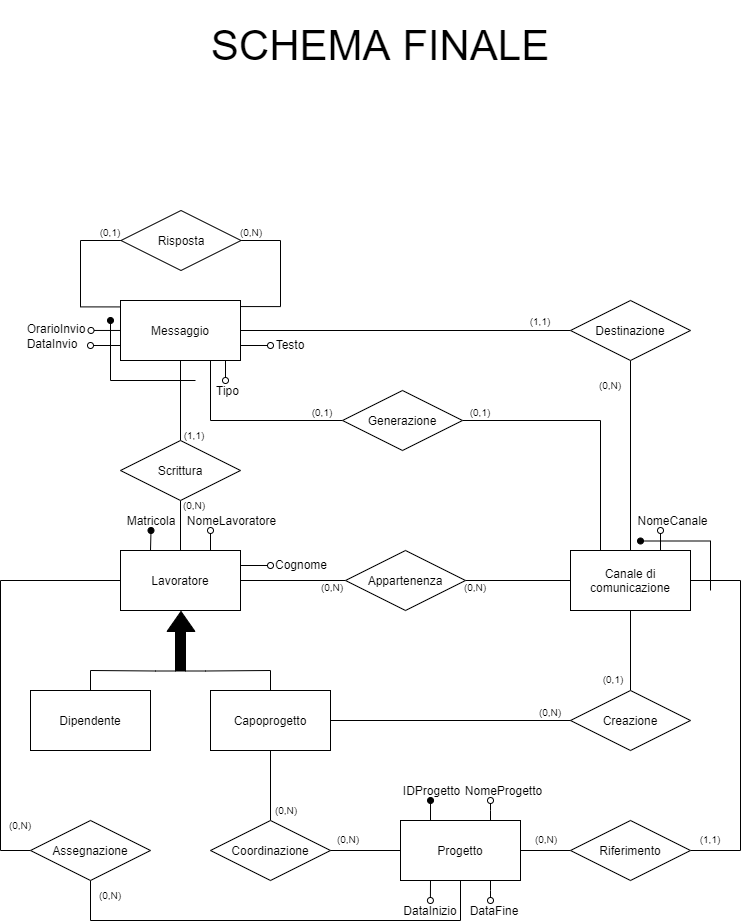
martafra/BD-Chat-Multicanale keeps this draw.io diagram as Relazione/Schema ER/schema-finale.png. Above is the earlier version. Source tidied: cells renumbered, new cells last; positions are measured from the earlier drawing's top-left corner, leaving out a move shared by most shapes.
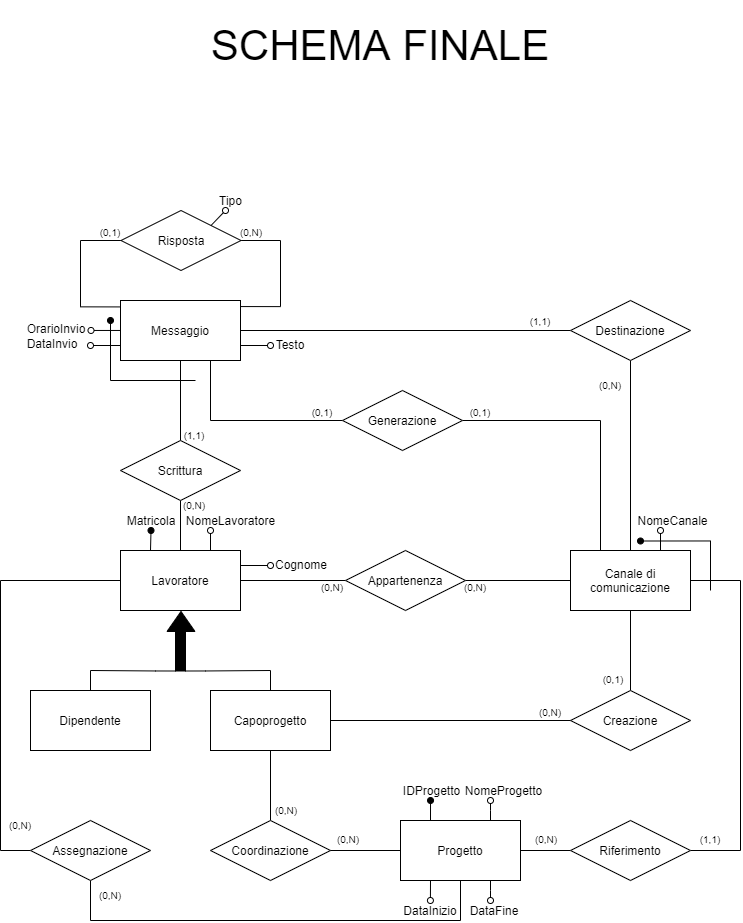
After the change.

Change to the diagram source:
```diff
@@ -303,13 +303,13 @@
     <mxCell id="77" value="Generazione" style="shape=rhombus;perimeter=rhombusPerimeter;whiteSpace=wrap;html=1;align=center;" parent="1" vertex="1">
       <mxGeometry x="342" y="390" width="120" height="60" as="geometry" />
     </mxCell>
-    <mxCell id="78" style="edgeStyle=orthogonalEdgeStyle;rounded=0;jettySize=auto;html=1;exitX=0.875;exitY=1;exitDx=0;exitDy=0;endArrow=oval;endFill=0;exitPerimeter=0;" parent="1" edge="1" source="13">
+    <mxCell id="78" style="rounded=0;jettySize=auto;html=1;exitX=1;exitY=0;exitDx=0;exitDy=0;endArrow=oval;endFill=0;" parent="1" edge="1" source="22">
       <mxGeometry relative="1" as="geometry">
-        <mxPoint x="225" y="380" as="targetPoint" />
+        <mxPoint x="225" y="210" as="targetPoint" />
       </mxGeometry>
     </mxCell>
     <mxCell id="79" value="Tipo" style="text;html=1;strokeColor=none;fillColor=none;align=center;verticalAlign=middle;whiteSpace=wrap;rounded=0;" parent="1" vertex="1">
-      <mxGeometry x="215" y="380" width="25" height="20" as="geometry" />
+      <mxGeometry x="218.2" y="195" width="25" height="10" as="geometry" />
     </mxCell>
     <mxCell id="80" value="(0,1)" style="text;html=1;strokeColor=none;fillColor=none;align=center;verticalAlign=middle;whiteSpace=wrap;rounded=0;fontSize=10;" parent="1" vertex="1">
       <mxGeometry x="312" y="407" width="20" height="10" as="geometry" />
```
